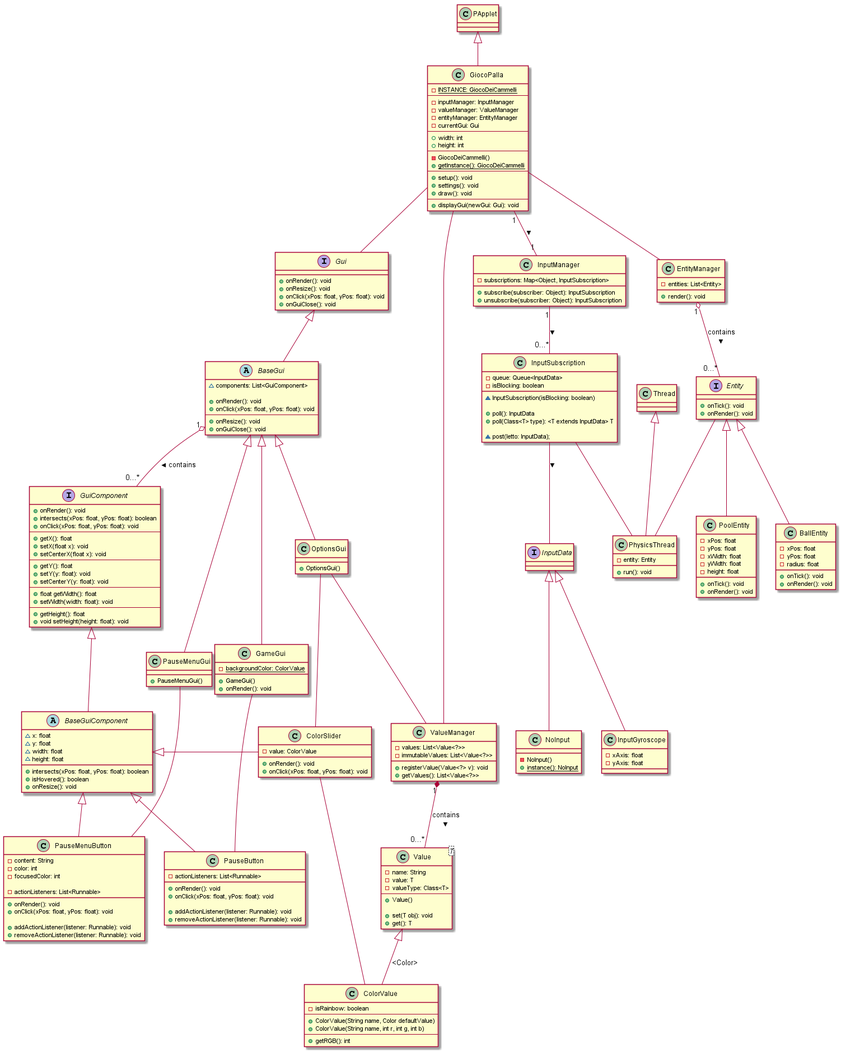
Before: docs/DIAGRAMMA_CLASSI.png, a diagram exported from PlantUML (Furrrlo/GiocoDeiCammelli).
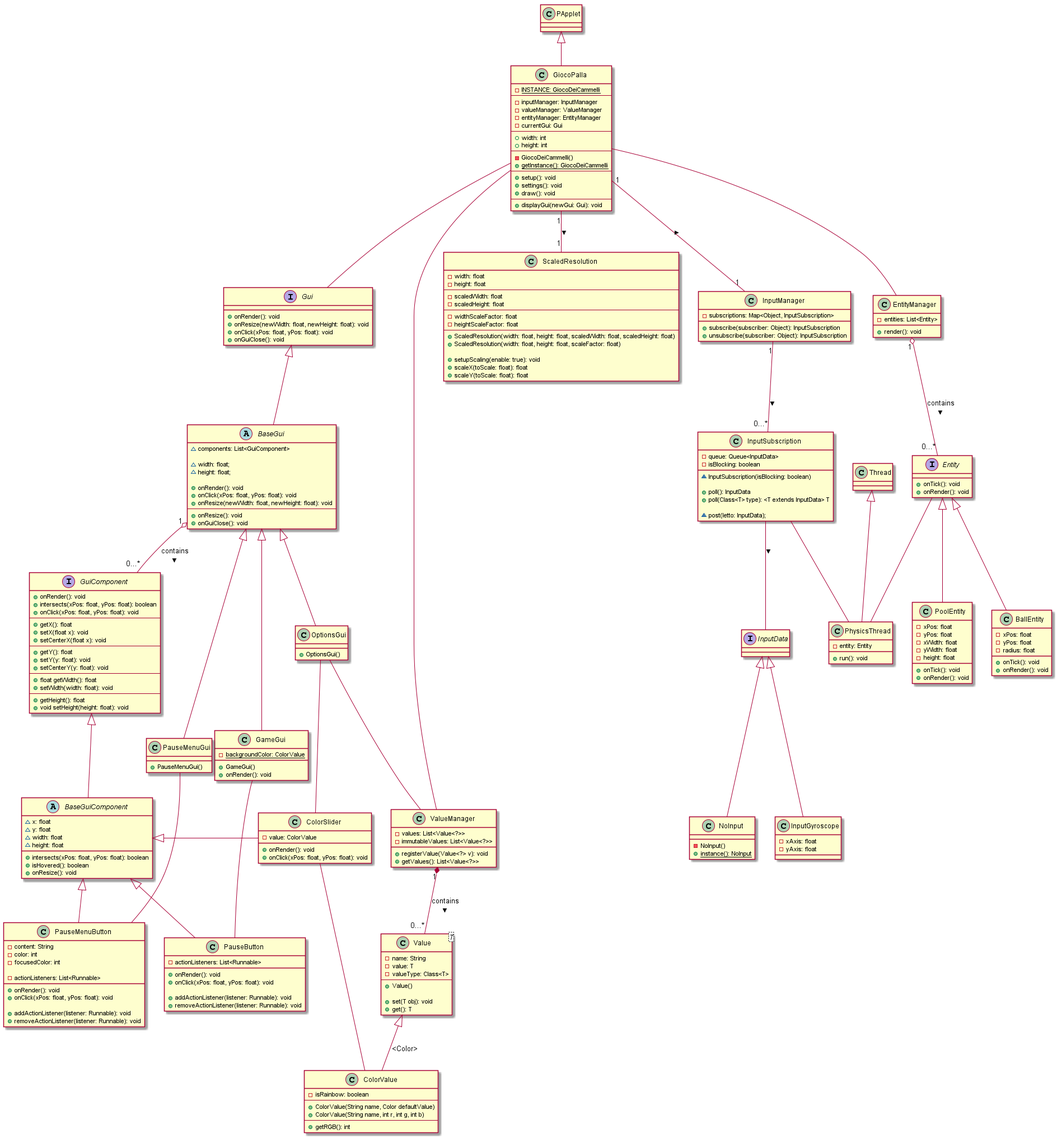
Later version of the same file.

The edit, as a diff of the source:
```diff
@@ -21,6 +21,26 @@
     +draw(): void
     --
     +displayGui(newGui: Gui): void
+}
+
+GiocoPalla"1" -- "1"ScaledResolution: >
+
+class ScaledResolution {
+    -width: float
+    -height: float
+    --
+    -scaledWidth: float
+    -scaledHeight: float
+    --
+    -widthScaleFactor: float
+    -heightScaleFactor: float
+    --
+    +ScaledResolution(width: float, height: float, scaledWidth: float, scaledHeight: float)
+    +ScaledResolution(width: float, height: float, scaleFactor: float)
+
+    +setupScaling(enable: true): void
+    +scaleX(toScale: float): float
+    +scaleY(toScale: float): float
 }
 
 GiocoPalla"1" -- "1"InputManager: >
@@ -69,7 +89,7 @@
 
 interface Gui {
     +onRender(): void
-    +onResize(): void
+    +onResize(newWidth: float, newHeight: float): void
     +onClick(xPos: float, yPos: float): void
     +onGuiClose(): void
 }
@@ -79,8 +99,12 @@
 abstract class BaseGui {
     ~components: List<GuiComponent>
 
+    ~width: float;
+    ~height: float;
+
     +onRender(): void
     +onClick(xPos: float, yPos: float): void
+    +onResize(newWidth: float, newHeight: float): void
     --
     +onResize(): void
     +onGuiClose(): void
```
